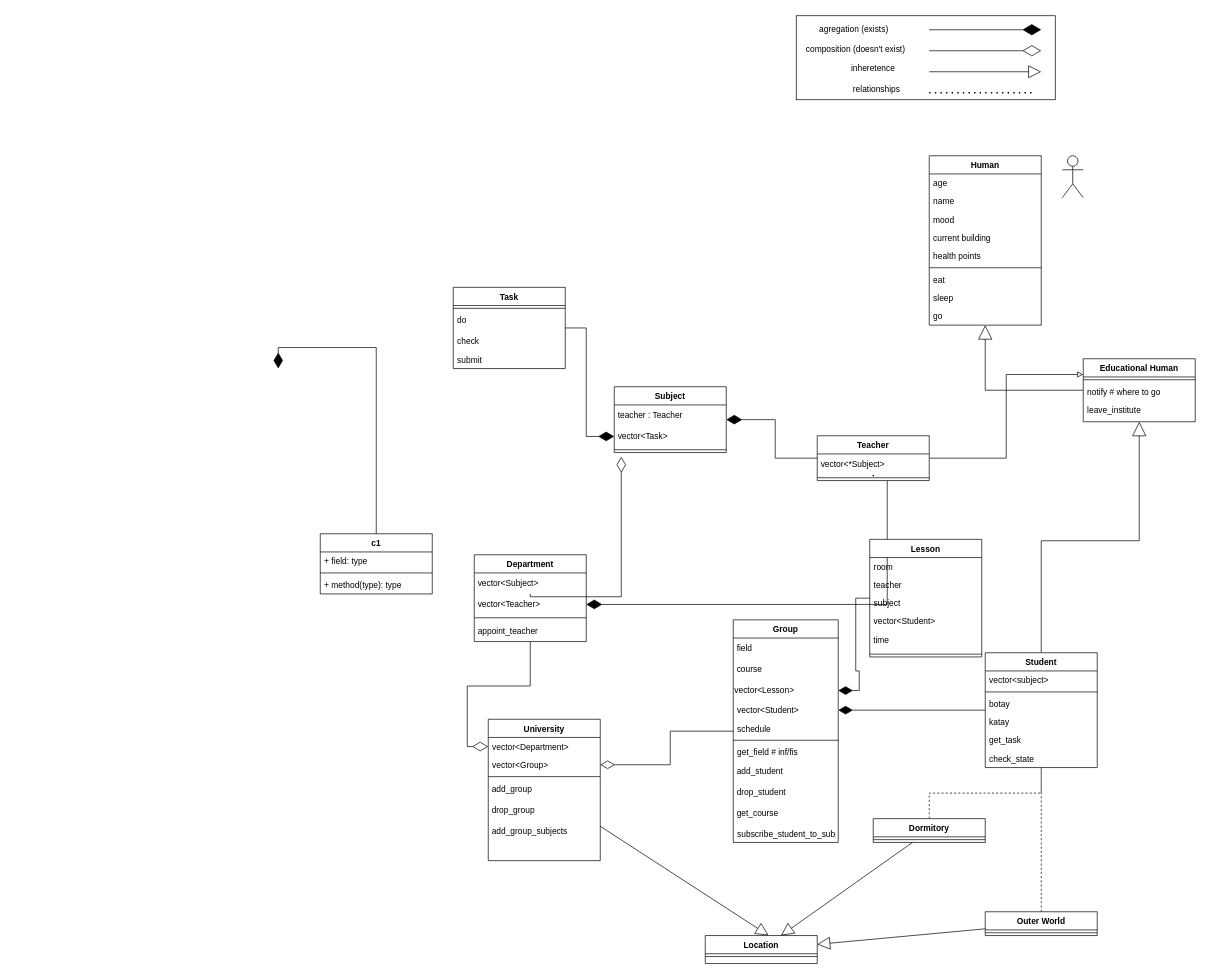
allythe/5sem_patterns keeps this draw.io diagram as page "arch" (1 of 2) of игра про фалтов.drawio. Above is the earlier version. Source tidied: cells renumbered, new cells numbered last; positions are measured from the earlier drawing's top-left corner, leaving out a move shared by most shapes. Both pictures are drawn from the tidied source at 70%, with x=0, y=0 at pixel (278, 15).
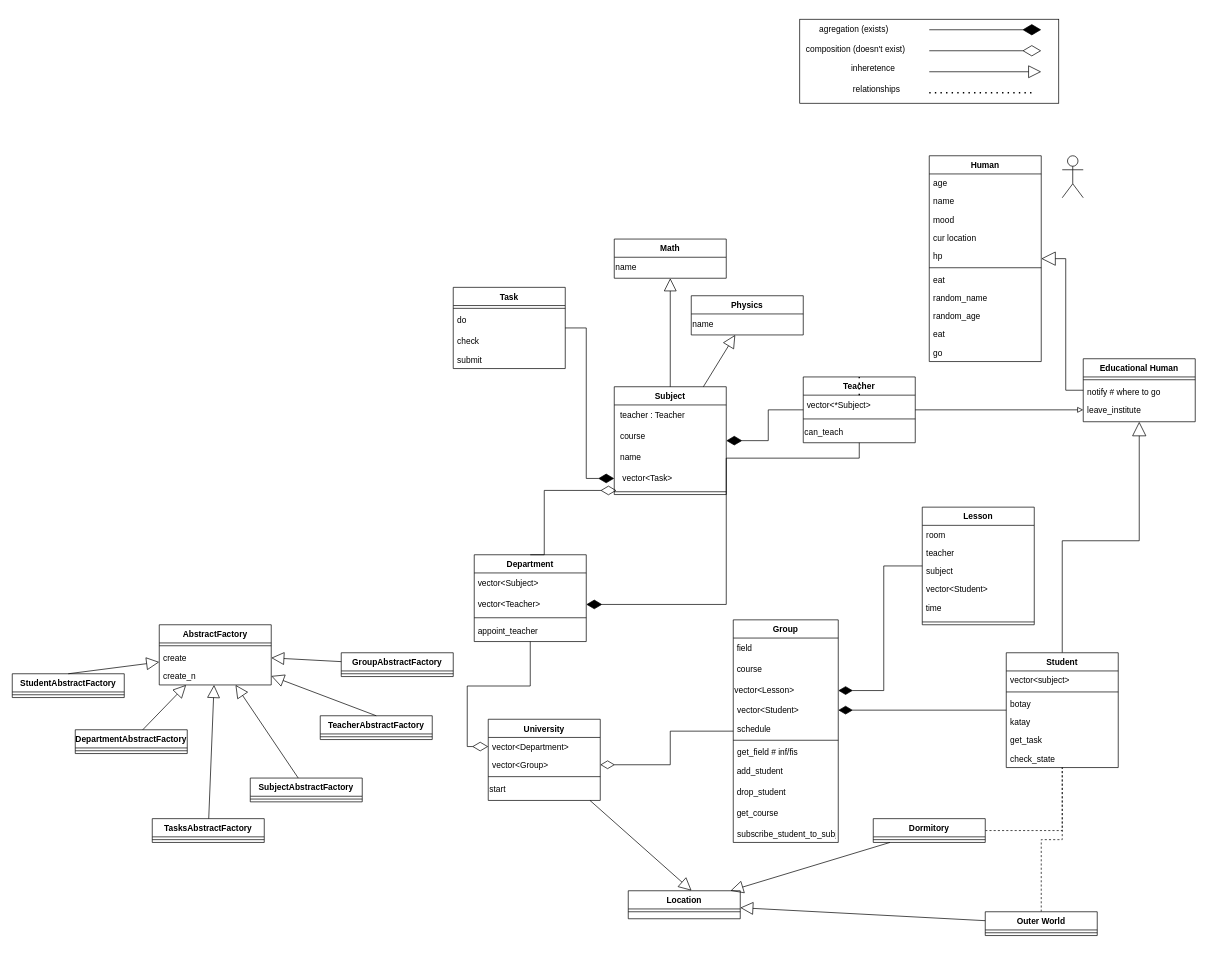
Above is the later version.

Unchanged cells that the change refers to:
```xml
<mxCell id="4" value="Educational Human&#10;" style="swimlane;fontStyle=1;align=center;verticalAlign=top;horizontal=1;startSize=26;rounded=0;shadow=0;strokeWidth=1;" parent="1" vertex="1">
  <mxGeometry x="1150" y="490" width="160" height="90" as="geometry" />
</mxCell>
<mxCell id="7" value="leave_institute" style="text;strokeColor=none;fillColor=none;align=left;verticalAlign=top;spacingLeft=4;spacingRight=4;overflow=hidden;points=[[0,0.5],[1,0.5]];portConstraint=eastwest;" parent="4" vertex="1">
  <mxGeometry y="60" width="160" height="26" as="geometry" />
</mxCell>
<mxCell id="66" value="Department" style="swimlane;fontStyle=1;align=center;verticalAlign=top;horizontal=1;startSize=26;" parent="1" vertex="1">
  <mxGeometry x="280" y="770" width="160" height="124" as="geometry" />
</mxCell>
<mxCell id="67" value="&amp;nbsp;vector&amp;lt;Subject&amp;gt;" style="text;html=1;strokeColor=none;fillColor=none;align=left;verticalAlign=middle;whiteSpace=wrap;rounded=0;" parent="66" vertex="1">
  <mxGeometry y="26" width="160" height="30" as="geometry" />
</mxCell>
<mxCell id="68" value="&amp;nbsp;vector&amp;lt;Teacher&amp;gt;" style="text;html=1;strokeColor=none;fillColor=none;align=left;verticalAlign=middle;whiteSpace=wrap;rounded=0;" parent="66" vertex="1">
  <mxGeometry y="56" width="160" height="30" as="geometry" />
</mxCell>
```

What changed in the source:
```diff
@@
     <mxCell id="2" style="rounded=0;whiteSpace=wrap;html=1;" parent="1" vertex="1">
-      <mxGeometry x="740" width="370" height="120" as="geometry" />
+      <mxGeometry x="745" y="5" width="370" height="120" as="geometry" />
     </mxCell>
@@
     <mxCell id="10" value="Student" style="swimlane;fontStyle=1;align=center;verticalAlign=top;horizontal=1;startSize=26;rounded=0;shadow=0;strokeWidth=1;" parent="1" vertex="1">
-      <mxGeometry x="1010" y="910" width="160" height="164" as="geometry" />
+      <mxGeometry x="1040" y="910" width="160" height="164" as="geometry" />
     </mxCell>
@@
     <mxCell id="18" style="edgeStyle=orthogonalEdgeStyle;rounded=0;jettySize=auto;html=1;entryX=1;entryY=0.5;entryDx=0;entryDy=0;endArrow=diamondThin;endFill=1;endSize=20;" parent="1" edge="1" source="20" target="68">
       <mxGeometry relative="1" as="geometry">
         <Array as="points">
-          <mxPoint x="870" y="841" />
+          <mxPoint x="640" y="632" />
+          <mxPoint x="640" y="841" />
         </Array>
       </mxGeometry>
     </mxCell>
-    <mxCell id="19" style="edgeStyle=orthogonalEdgeStyle;rounded=0;jettySize=auto;html=1;entryX=0;entryY=0.25;entryDx=0;entryDy=0;endArrow=block;endFill=0;" parent="1" edge="1" source="20" target="4">
+    <mxCell id="19" style="edgeStyle=orthogonalEdgeStyle;rounded=0;jettySize=auto;html=1;endArrow=block;endFill=0;" parent="1" edge="1" source="20" target="7">
       <mxGeometry relative="1" as="geometry" />
     </mxCell>
     <mxCell id="20" value="Teacher" style="swimlane;fontStyle=1;align=center;verticalAlign=top;horizontal=1;startSize=26;rounded=0;shadow=0;strokeWidth=1;" parent="1" vertex="1">
-      <mxGeometry x="770" y="600" width="160" height="64" as="geometry" />
+      <mxGeometry x="750" y="516" width="160" height="94" as="geometry" />
     </mxCell>
@@
+    <mxCell id="104" value="&lt;div style=&quot;&quot;&gt;&lt;span style=&quot;background-color: initial;&quot;&gt;can_teach&lt;/span&gt;&lt;/div&gt;" style="text;html=1;strokeColor=none;fillColor=none;align=left;verticalAlign=middle;whiteSpace=wrap;rounded=0;" parent="20" vertex="1">
+      <mxGeometry y="64" width="160" height="30" as="geometry" />
+    </mxCell>
     <mxCell id="24" value="University&#10;" style="swimlane;fontStyle=1;align=center;verticalAlign=top;horizontal=1;startSize=26;rounded=0;shadow=0;strokeWidth=1;" parent="1" vertex="1">
-      <mxGeometry x="300" y="1005" width="160" height="202" as="geometry" />
+      <mxGeometry x="300" y="1005" width="160" height="116" as="geometry" />
     </mxCell>
@@
-    <mxCell id="28" value="&amp;nbsp;add_group" style="text;html=1;strokeColor=none;fillColor=none;align=left;verticalAlign=middle;whiteSpace=wrap;rounded=0;" parent="24" vertex="1">
-      <mxGeometry y="86" width="160" height="30" as="geometry" />
-    </mxCell>
-    <mxCell id="29" value="&amp;nbsp;drop_group" style="text;html=1;strokeColor=none;fillColor=none;align=left;verticalAlign=middle;whiteSpace=wrap;rounded=0;" parent="24" vertex="1">
-      <mxGeometry y="116" width="160" height="30" as="geometry" />
-    </mxCell>
-    <mxCell id="30" value="&lt;div style=&quot;&quot;&gt;&lt;span style=&quot;background-color: initial;&quot;&gt;&amp;nbsp;add_group_subjects&lt;/span&gt;&lt;/div&gt;" style="text;html=1;strokeColor=none;fillColor=none;align=left;verticalAlign=middle;whiteSpace=wrap;rounded=0;" parent="24" vertex="1">
-      <mxGeometry y="146" width="160" height="30" as="geometry" />
+    <mxCell id="30" value="&lt;div style=&quot;&quot;&gt;&lt;span style=&quot;background-color: initial;&quot;&gt;start&lt;/span&gt;&lt;/div&gt;" style="text;html=1;strokeColor=none;fillColor=none;align=left;verticalAlign=middle;whiteSpace=wrap;rounded=0;" parent="24" vertex="1">
+      <mxGeometry y="86" width="160" height="30" as="geometry" />
     </mxCell>
@@
     <mxCell id="37" value="Human" style="swimlane;fontStyle=1;align=center;verticalAlign=top;horizontal=1;startSize=26;" parent="1" vertex="1">
-      <mxGeometry x="930" y="200" width="160" height="242" as="geometry" />
+      <mxGeometry x="930" y="200" width="160" height="294" as="geometry" />
     </mxCell>
@@
-    <mxCell id="41" value="current building" style="text;strokeColor=none;fillColor=none;align=left;verticalAlign=top;spacingLeft=4;spacingRight=4;overflow=hidden;" parent="37" vertex="1">
+    <mxCell id="41" value="cur location" style="text;strokeColor=none;fillColor=none;align=left;verticalAlign=top;spacingLeft=4;spacingRight=4;overflow=hidden;" parent="37" vertex="1">
       <mxGeometry y="104" width="160" height="26" as="geometry" />
     </mxCell>
-    <mxCell id="42" value="health points" style="text;strokeColor=none;fillColor=none;align=left;verticalAlign=top;spacingLeft=4;spacingRight=4;overflow=hidden;" parent="37" vertex="1">
+    <mxCell id="42" value="hp" style="text;strokeColor=none;fillColor=none;align=left;verticalAlign=top;spacingLeft=4;spacingRight=4;overflow=hidden;" parent="37" vertex="1">
       <mxGeometry y="130" width="160" height="26" as="geometry" />
     </mxCell>
@@
-    <mxCell id="45" value="sleep" style="text;strokeColor=none;fillColor=none;align=left;verticalAlign=top;spacingLeft=4;spacingRight=4;overflow=hidden;" parent="37" vertex="1">
+    <mxCell id="45" value="random_name" style="text;strokeColor=none;fillColor=none;align=left;verticalAlign=top;spacingLeft=4;spacingRight=4;overflow=hidden;" parent="37" vertex="1">
       <mxGeometry y="190" width="160" height="26" as="geometry" />
     </mxCell>
+    <mxCell id="105" value="random_age" style="text;strokeColor=none;fillColor=none;align=left;verticalAlign=top;spacingLeft=4;spacingRight=4;overflow=hidden;" parent="37" vertex="1">
+      <mxGeometry y="216" width="160" height="26" as="geometry" />
+    </mxCell>
+    <mxCell id="106" value="eat" style="text;strokeColor=none;fillColor=none;align=left;verticalAlign=top;spacingLeft=4;spacingRight=4;overflow=hidden;" parent="37" vertex="1">
+      <mxGeometry y="242" width="160" height="26" as="geometry" />
+    </mxCell>
     <mxCell id="46" value="go&#10;" style="text;strokeColor=none;fillColor=none;align=left;verticalAlign=top;spacingLeft=4;spacingRight=4;overflow=hidden;" parent="37" vertex="1">
-      <mxGeometry y="216" width="160" height="26" as="geometry" />
+      <mxGeometry y="268" width="160" height="26" as="geometry" />
     </mxCell>
     <mxCell id="47" value="Location" style="swimlane;fontStyle=1;align=center;verticalAlign=top;horizontal=1;startSize=26;rounded=0;shadow=0;strokeWidth=1;" parent="1" vertex="1">
-      <mxGeometry x="610" y="1314" width="160" height="40" as="geometry" />
+      <mxGeometry x="500" y="1250" width="160" height="40" as="geometry" />
     </mxCell>
@@
     <mxCell id="77" value="Lesson" style="swimlane;fontStyle=1;align=center;verticalAlign=top;horizontal=1;startSize=26;" parent="1" vertex="1">
-      <mxGeometry x="845" y="748" width="160" height="168" as="geometry" />
+      <mxGeometry x="920" y="702" width="160" height="168" as="geometry" />
     </mxCell>
@@
-    <mxCell id="93" style="edgeStyle=orthogonalEdgeStyle;rounded=0;jettySize=auto;html=1;entryX=1;entryY=0;entryDx=0;entryDy=0;endArrow=diamondThin;endFill=1;endSize=20;" parent="1" edge="1" source="94">
-      <mxGeometry relative="1" as="geometry">
-        <mxPoint y="504" as="targetPoint" />
-        <Array as="points">
-          <mxPoint x="140" y="474" />
-          <mxPoint y="474" />
-        </Array>
-      </mxGeometry>
-    </mxCell>
-    <mxCell id="94" value="c1&#10;" style="swimlane;fontStyle=1;align=center;verticalAlign=top;horizontal=1;startSize=26;" parent="1" vertex="1">
-      <mxGeometry x="60" y="740" width="160" height="86" as="geometry" />
-    </mxCell>
-    <mxCell id="95" value="+ field: type" style="text;strokeColor=none;fillColor=none;align=left;verticalAlign=top;spacingLeft=4;spacingRight=4;overflow=hidden;" parent="94" vertex="1">
-      <mxGeometry y="26" width="160" height="26" as="geometry" />
-    </mxCell>
-    <mxCell id="96" style="line;strokeWidth=1;fillColor=none;align=left;verticalAlign=middle;spacingTop=-1;spacingLeft=3;spacingRight=3;labelPosition=right;strokeColor=inherit;" parent="94" vertex="1">
-      <mxGeometry y="52" width="160" height="8" as="geometry" />
-    </mxCell>
-    <mxCell id="97" value="+ method(type): type" style="text;strokeColor=none;fillColor=none;align=left;verticalAlign=top;spacingLeft=4;spacingRight=4;overflow=hidden;" parent="94" vertex="1">
-      <mxGeometry y="60" width="160" height="26" as="geometry" />
-    </mxCell>
     <mxCell id="98" value="Subject" style="swimlane;fontStyle=1;align=center;verticalAlign=top;horizontal=1;startSize=26;" parent="1" vertex="1">
-      <mxGeometry x="480" y="530" width="160" height="94" as="geometry" />
+      <mxGeometry x="480" y="530" width="160" height="154" as="geometry" />
     </mxCell>
-    <mxCell id="99" value="&amp;nbsp;teacher : Teacher" style="text;html=1;strokeColor=none;fillColor=none;align=left;verticalAlign=middle;whiteSpace=wrap;rounded=0;" parent="98" vertex="1">
+    <mxCell id="99" value="&amp;nbsp; teacher : Teacher" style="text;html=1;strokeColor=none;fillColor=none;align=left;verticalAlign=middle;whiteSpace=wrap;rounded=0;" parent="98" vertex="1">
       <mxGeometry y="26" width="160" height="30" as="geometry" />
     </mxCell>
+    <mxCell id="107" value="&amp;nbsp; course" style="text;html=1;strokeColor=none;fillColor=none;align=left;verticalAlign=middle;whiteSpace=wrap;rounded=0;" parent="98" vertex="1">
+      <mxGeometry y="56" width="160" height="30" as="geometry" />
+    </mxCell>
+    <mxCell id="108" value="&amp;nbsp; name" style="text;html=1;strokeColor=none;fillColor=none;align=left;verticalAlign=middle;whiteSpace=wrap;rounded=0;" parent="98" vertex="1">
+      <mxGeometry y="86" width="160" height="30" as="geometry" />
+    </mxCell>
-    <mxCell id="100" value="&amp;nbsp;vector&amp;lt;Task&amp;gt;" style="text;html=1;strokeColor=none;fillColor=none;align=left;verticalAlign=middle;whiteSpace=wrap;rounded=0;" parent="98" vertex="1">
-      <mxGeometry y="56" width="160" height="30" as="geometry" />
+    <mxCell id="100" value="&amp;nbsp; &amp;nbsp;vector&amp;lt;Task&amp;gt;" style="text;html=1;strokeColor=none;fillColor=none;align=left;verticalAlign=middle;whiteSpace=wrap;rounded=0;" parent="98" vertex="1">
+      <mxGeometry y="116" width="160" height="30" as="geometry" />
     </mxCell>
     <mxCell id="101" style="line;strokeWidth=1;fillColor=none;align=left;verticalAlign=middle;spacingTop=-1;spacingLeft=3;spacingRight=3;labelPosition=right;points=[];portConstraint=eastwest;strokeColor=inherit;" parent="98" vertex="1">
-      <mxGeometry y="86" width="160" height="8" as="geometry" />
+      <mxGeometry y="146" width="160" height="8" as="geometry" />
     </mxCell>
@@
-    <mxCell id="103" style="edgeStyle=orthogonalEdgeStyle;rounded=0;jettySize=auto;html=1;endArrow=diamondThin;endFill=0;endSize=20;" parent="1" edge="1" source="67">
+    <mxCell id="103" style="edgeStyle=orthogonalEdgeStyle;rounded=0;jettySize=auto;html=1;endArrow=diamondThin;endFill=0;endSize=20;entryX=0.02;entryY=0.268;entryDx=0;entryDy=0;entryPerimeter=0;exitX=0.5;exitY=0;exitDx=0;exitDy=0;" parent="1" edge="1" source="66" target="101">
       <mxGeometry relative="1" as="geometry">
-        <mxPoint x="490" y="630" as="targetPoint" />
         <Array as="points">
-          <mxPoint x="360" y="830" />
-          <mxPoint x="490" y="830" />
+          <mxPoint x="380" y="770" />
+          <mxPoint x="380" y="678" />
         </Array>
       </mxGeometry>
     </mxCell>
+    <mxCell id="109" value="Math" style="swimlane;fontStyle=1;align=center;verticalAlign=top;horizontal=1;startSize=26;" parent="1" vertex="1">
+      <mxGeometry x="480" y="319" width="160" height="56" as="geometry" />
+    </mxCell>
+    <mxCell id="110" value="name" style="text;html=1;strokeColor=none;fillColor=none;align=left;verticalAlign=middle;whiteSpace=wrap;rounded=0;" parent="109" vertex="1">
+      <mxGeometry y="26" width="160" height="30" as="geometry" />
+    </mxCell>
+    <mxCell id="111" style="endArrow=block;endSize=16;endFill=0;html=1;rounded=0;exitX=0.5;exitY=0;exitDx=0;exitDy=0;" parent="1" edge="1" source="98" target="109">
+      <mxGeometry relative="1" as="geometry" />
+    </mxCell>
+    <mxCell id="112" value="AbstractFactory" style="swimlane;fontStyle=1;align=center;verticalAlign=top;horizontal=1;startSize=26;" parent="1" vertex="1">
+      <mxGeometry x="-170" y="870" width="160" height="86" as="geometry" />
+    </mxCell>
+    <mxCell id="113" style="line;strokeWidth=1;fillColor=none;align=left;verticalAlign=middle;spacingTop=-1;spacingLeft=3;spacingRight=3;labelPosition=right;strokeColor=inherit;" parent="112" vertex="1">
+      <mxGeometry y="26" width="160" height="8" as="geometry" />
+    </mxCell>
+    <mxCell id="114" value="create" style="text;strokeColor=none;fillColor=none;align=left;verticalAlign=top;spacingLeft=4;spacingRight=4;overflow=hidden;" parent="112" vertex="1">
+      <mxGeometry y="34" width="160" height="26" as="geometry" />
+    </mxCell>
+    <mxCell id="115" value="create_n" style="text;strokeColor=none;fillColor=none;align=left;verticalAlign=top;spacingLeft=4;spacingRight=4;overflow=hidden;" parent="112" vertex="1">
+      <mxGeometry y="60" width="160" height="26" as="geometry" />
+    </mxCell>
+    <mxCell id="116" value="StudentAbstractFactory" style="swimlane;fontStyle=1;align=center;verticalAlign=top;horizontal=1;startSize=26;" parent="1" vertex="1">
+      <mxGeometry x="-380" y="940" width="160" height="34" as="geometry" />
+    </mxCell>
+    <mxCell id="117" style="line;strokeWidth=1;fillColor=none;align=left;verticalAlign=middle;spacingTop=-1;spacingLeft=3;spacingRight=3;labelPosition=right;strokeColor=inherit;" parent="116" vertex="1">
+      <mxGeometry y="26" width="160" height="8" as="geometry" />
+    </mxCell>
+    <mxCell id="118" style="endArrow=block;endSize=16;endFill=0;html=1;rounded=0;exitX=0.5;exitY=0;exitDx=0;exitDy=0;" parent="1" edge="1" source="116" target="112">
+      <mxGeometry relative="1" as="geometry" />
+    </mxCell>
+    <mxCell id="119" value="GroupAbstractFactory" style="swimlane;fontStyle=1;align=center;verticalAlign=top;horizontal=1;startSize=26;" parent="1" vertex="1">
+      <mxGeometry x="90" y="910" width="160" height="34" as="geometry" />
+    </mxCell>
+    <mxCell id="120" style="line;strokeWidth=1;fillColor=none;align=left;verticalAlign=middle;spacingTop=-1;spacingLeft=3;spacingRight=3;labelPosition=right;strokeColor=inherit;" parent="119" vertex="1">
+      <mxGeometry y="26" width="160" height="8" as="geometry" />
+    </mxCell>
+    <mxCell id="121" style="endArrow=block;endSize=16;endFill=0;html=1;rounded=0;" parent="1" edge="1" source="119" target="112">
+      <mxGeometry relative="1" as="geometry" />
+    </mxCell>
+    <mxCell id="122" value="TasksAbstractFactory" style="swimlane;fontStyle=1;align=center;verticalAlign=top;horizontal=1;startSize=26;" parent="1" vertex="1">
+      <mxGeometry x="-180" y="1147" width="160" height="34" as="geometry" />
+    </mxCell>
+    <mxCell id="123" style="line;strokeWidth=1;fillColor=none;align=left;verticalAlign=middle;spacingTop=-1;spacingLeft=3;spacingRight=3;labelPosition=right;strokeColor=inherit;" parent="122" vertex="1">
+      <mxGeometry y="26" width="160" height="8" as="geometry" />
+    </mxCell>
+    <mxCell id="124" style="endArrow=block;endSize=16;endFill=0;html=1;rounded=0;" parent="1" edge="1" source="122" target="112">
+      <mxGeometry relative="1" as="geometry" />
+    </mxCell>
+    <mxCell id="125" value="TeacherAbstractFactory" style="swimlane;fontStyle=1;align=center;verticalAlign=top;horizontal=1;startSize=26;" parent="1" vertex="1">
+      <mxGeometry x="60" y="1000" width="160" height="34" as="geometry" />
+    </mxCell>
+    <mxCell id="126" style="line;strokeWidth=1;fillColor=none;align=left;verticalAlign=middle;spacingTop=-1;spacingLeft=3;spacingRight=3;labelPosition=right;strokeColor=inherit;" parent="125" vertex="1">
+      <mxGeometry y="26" width="160" height="8" as="geometry" />
+    </mxCell>
+    <mxCell id="127" style="endArrow=block;endSize=16;endFill=0;html=1;rounded=0;exitX=0.5;exitY=0;exitDx=0;exitDy=0;" parent="1" edge="1" source="125" target="112">
+      <mxGeometry relative="1" as="geometry" />
+    </mxCell>
+    <mxCell id="128" value="SubjectAbstractFactory" style="swimlane;fontStyle=1;align=center;verticalAlign=top;horizontal=1;startSize=26;" parent="1" vertex="1">
+      <mxGeometry x="-40" y="1089" width="160" height="34" as="geometry" />
+    </mxCell>
+    <mxCell id="129" style="line;strokeWidth=1;fillColor=none;align=left;verticalAlign=middle;spacingTop=-1;spacingLeft=3;spacingRight=3;labelPosition=right;strokeColor=inherit;" parent="128" vertex="1">
+      <mxGeometry y="26" width="160" height="8" as="geometry" />
+    </mxCell>
+    <mxCell id="130" style="endArrow=block;endSize=16;endFill=0;html=1;rounded=0;" parent="1" edge="1" source="128" target="112">
+      <mxGeometry relative="1" as="geometry" />
+    </mxCell>
+    <mxCell id="131" value="DepartmentAbstractFactory" style="swimlane;fontStyle=1;align=center;verticalAlign=top;horizontal=1;startSize=26;" parent="1" vertex="1">
+      <mxGeometry x="-290" y="1020" width="160" height="34" as="geometry" />
+    </mxCell>
+    <mxCell id="132" style="line;strokeWidth=1;fillColor=none;align=left;verticalAlign=middle;spacingTop=-1;spacingLeft=3;spacingRight=3;labelPosition=right;strokeColor=inherit;" parent="131" vertex="1">
+      <mxGeometry y="26" width="160" height="8" as="geometry" />
+    </mxCell>
+    <mxCell id="133" style="endArrow=block;endSize=16;endFill=0;html=1;rounded=0;" parent="1" edge="1" source="131" target="112">
+      <mxGeometry relative="1" as="geometry" />
+    </mxCell>
+    <mxCell id="134" value="Physics" style="swimlane;fontStyle=1;align=center;verticalAlign=top;horizontal=1;startSize=26;" parent="1" vertex="1">
+      <mxGeometry x="590" y="400" width="160" height="56" as="geometry" />
+    </mxCell>
+    <mxCell id="135" value="name" style="text;html=1;strokeColor=none;fillColor=none;align=left;verticalAlign=middle;whiteSpace=wrap;rounded=0;" parent="134" vertex="1">
+      <mxGeometry y="26" width="160" height="30" as="geometry" />
+    </mxCell>
+    <mxCell id="136" style="endArrow=block;endSize=16;endFill=0;html=1;rounded=0;" parent="1" edge="1" source="98" target="134">
+      <mxGeometry relative="1" as="geometry" />
+    </mxCell>
```
